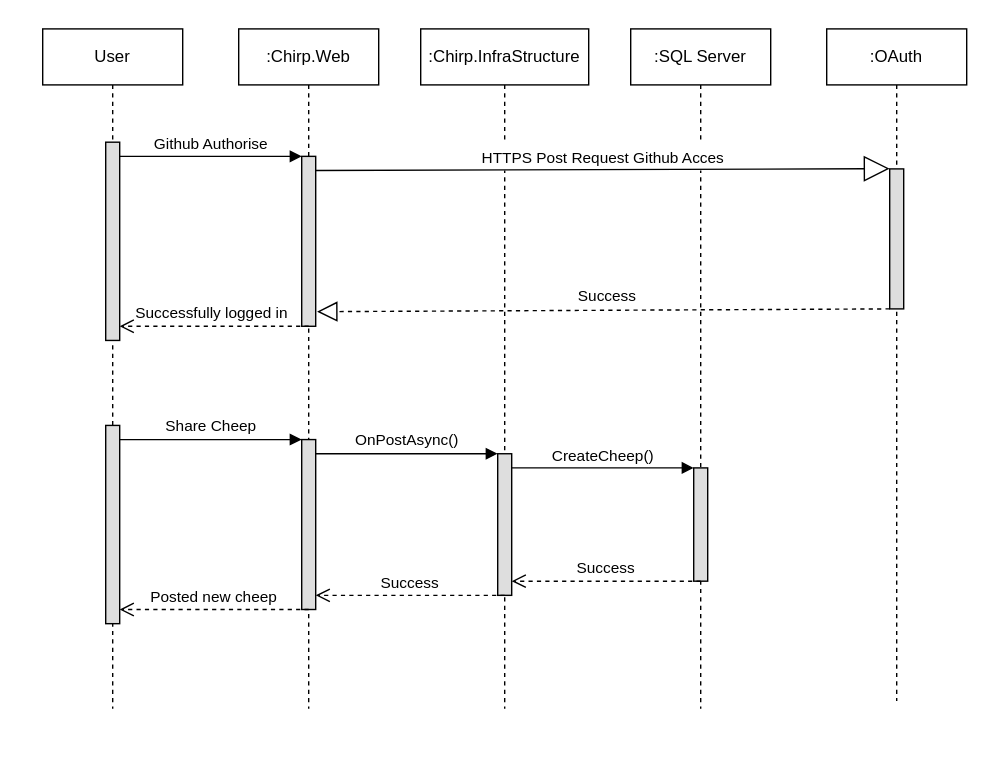
The draw.io diagram docs/Diagrams/SequenceDiagram2.drawio.svg in ITU-BDSA2024-GROUP22/Chirp, before a commit. Source tidied: cells renumbered, new cells last; positions are measured from the earlier drawing's top-left corner, leaving out a move shared by most shapes.
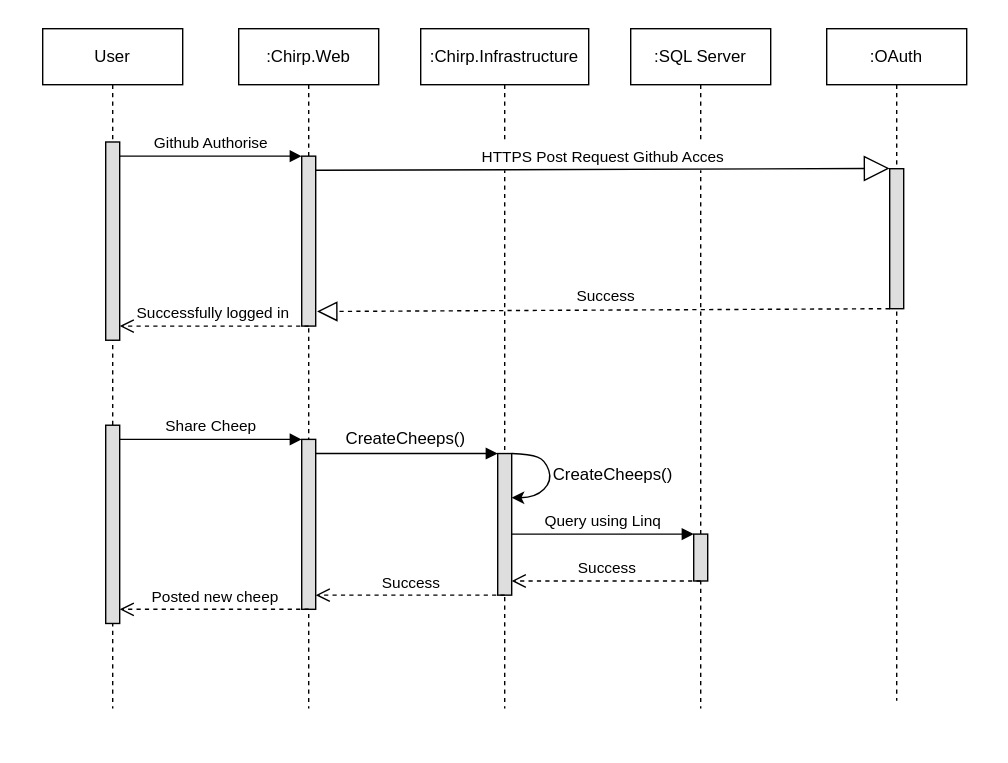
Later version of the same file.

Commit message:
changed sequence diagrams

The edit, as a diff of the source:
```diff
@@ -25,7 +25,7 @@
     <mxCell id="7" style="html=1;points=[];perimeter=orthogonalPerimeter;outlineConnect=0;targetShapes=umlLifeline;portConstraint=eastwest;newEdgeStyle={&quot;edgeStyle&quot;:&quot;elbowEdgeStyle&quot;,&quot;elbow&quot;:&quot;vertical&quot;,&quot;curved&quot;:0,&quot;rounded&quot;:0};fillColor=#dedede;" parent="6" vertex="1">
       <mxGeometry x="45" y="91" width="10" height="121.4" as="geometry" />
     </mxCell>
-    <mxCell id="8" value=":Chirp.InfraStructure" style="shape=umlLifeline;perimeter=lifelinePerimeter;whiteSpace=wrap;html=1;newEdgeStyle={&quot;edgeStyle&quot;:&quot;elbowEdgeStyle&quot;,&quot;elbow&quot;:&quot;vertical&quot;,&quot;curved&quot;:0,&quot;rounded&quot;:0};" parent="1" vertex="1">
+    <mxCell id="8" value=":Chirp.Infrastructure" style="shape=umlLifeline;perimeter=lifelinePerimeter;whiteSpace=wrap;html=1;newEdgeStyle={&quot;edgeStyle&quot;:&quot;elbowEdgeStyle&quot;,&quot;elbow&quot;:&quot;vertical&quot;,&quot;curved&quot;:0,&quot;rounded&quot;:0};" parent="1" vertex="1">
       <mxGeometry x="300" y="20" width="120" height="485.5" as="geometry" />
     </mxCell>
     <mxCell id="9" value=":SQL Server" style="shape=umlLifeline;perimeter=lifelinePerimeter;whiteSpace=wrap;html=1;newEdgeStyle={&quot;edgeStyle&quot;:&quot;elbowEdgeStyle&quot;,&quot;elbow&quot;:&quot;vertical&quot;,&quot;curved&quot;:0,&quot;rounded&quot;:0};" parent="1" vertex="1">
@@ -77,18 +77,18 @@
       <mxGeometry x="355" y="323.5" width="10" height="101.2" as="geometry" />
     </mxCell>
     <mxCell id="20" style="html=1;perimeter=orthogonalPerimeter;targetShapes=umlLifeline;newEdgeStyle={&quot;edgeStyle&quot;:&quot;elbowEdgeStyle&quot;,&quot;elbow&quot;:&quot;vertical&quot;,&quot;curved&quot;:0,&quot;rounded&quot;:0};fillColor=#dedede;" parent="1" vertex="1">
-      <mxGeometry x="495" y="333.6" width="10" height="80.9" as="geometry" />
+      <mxGeometry x="495" y="381" width="10" height="33.5" as="geometry" />
     </mxCell>
-    <mxCell id="21" value="OnPostAsync()" style="html=1;verticalAlign=bottom;endArrow=block;curved=0;rounded=0;" parent="1" edge="1">
-      <mxGeometry relative="1" as="geometry">
+    <mxCell id="21" style="html=1;verticalAlign=bottom;endArrow=block;curved=0;rounded=0;" parent="1" edge="1">
+      <mxGeometry y="-28" relative="1" as="geometry">
         <mxPoint x="225" y="323.5" as="sourcePoint" />
         <mxPoint x="355" y="323.5" as="targetPoint" />
       </mxGeometry>
     </mxCell>
-    <mxCell id="22" value="CreateCheep()" style="html=1;verticalAlign=bottom;endArrow=block;curved=0;rounded=0;" parent="1" edge="1">
+    <mxCell id="22" value="Query using Linq" style="html=1;verticalAlign=bottom;endArrow=block;curved=0;rounded=0;" parent="1" edge="1">
       <mxGeometry relative="1" as="geometry">
-        <mxPoint x="365" y="333.6" as="sourcePoint" />
-        <mxPoint x="495" y="333.6" as="targetPoint" />
+        <mxPoint x="365" y="381" as="sourcePoint" />
+        <mxPoint x="495" y="381" as="targetPoint" />
       </mxGeometry>
     </mxCell>
     <mxCell id="23" value="Success" style="html=1;verticalAlign=bottom;endArrow=open;dashed=1;endSize=8;edgeStyle=elbowEdgeStyle;elbow=vertical;curved=0;rounded=0;" parent="1" edge="1">
@@ -133,5 +133,22 @@
         <mxPoint x="226" y="222" as="targetPoint" />
       </mxGeometry>
     </mxCell>
+    <mxCell id="28" value="CreateCheeps()" style="text;html=1;align=center;verticalAlign=middle;strokeColor=none;fillColor=none;" parent="1" vertex="1">
+      <mxGeometry x="237" y="300" width="103" height="26" as="geometry" />
+    </mxCell>
+    <mxCell id="29" style="curved=1;endArrow=classic;html=1;rounded=0;" parent="1" edge="1" target="19">
+      <mxGeometry relative="1" as="geometry">
+        <mxPoint x="365" y="323.5" as="sourcePoint" />
+        <Array as="points">
+          <mxPoint x="378" y="324" />
+          <mxPoint x="389" y="328" />
+          <mxPoint x="394" y="343" />
+          <mxPoint x="382" y="355" />
+        </Array>
+      </mxGeometry>
+    </mxCell>
+    <mxCell id="30" value="CreateCheeps()" style="text;html=1;align=center;verticalAlign=middle;strokeColor=none;fillColor=none;" parent="1" vertex="1">
+      <mxGeometry x="385" y="326" width="103" height="26" as="geometry" />
+    </mxCell>
   </root>
 </mxGraphModel>
```
